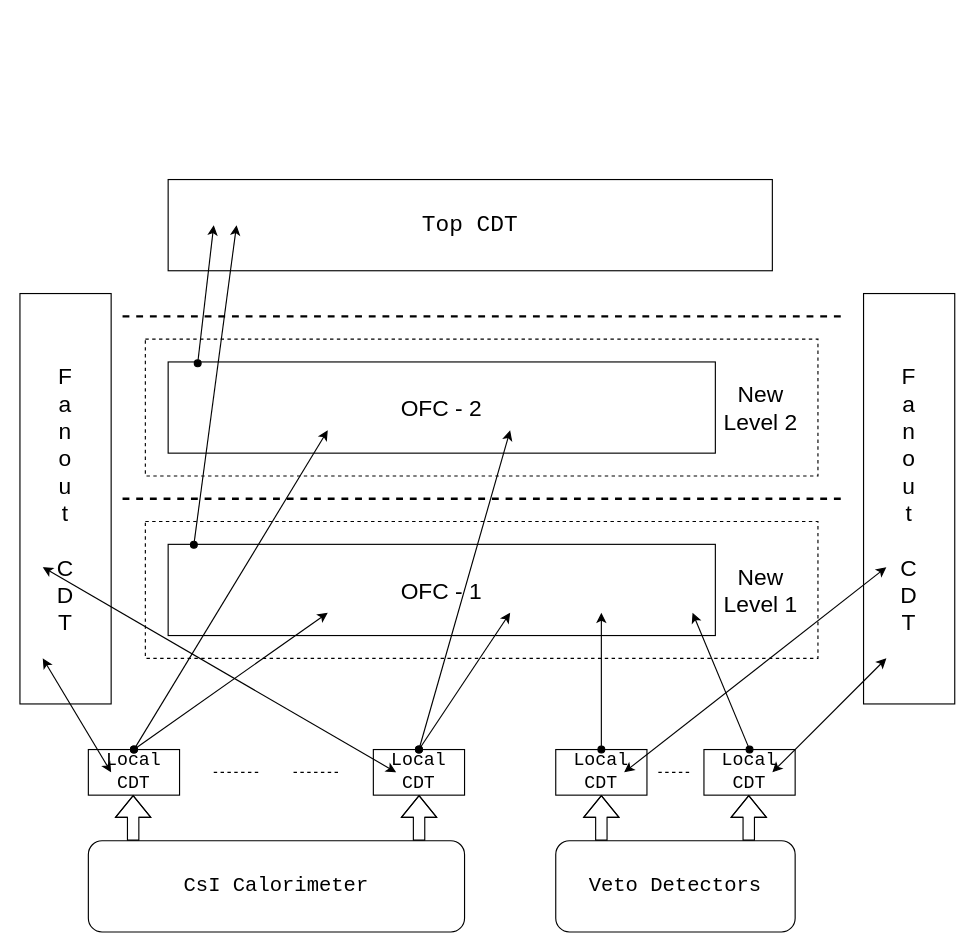
This is DAQ_Trigger_System_View_Diagram.drawio from bai-ytluo/Chicago_Electronics, a draw.io file, before an edit. Source tidied: cells renumbered, new cells numbered last; positions are measured from the earlier drawing's top-left corner, leaving out a move shared by most shapes. Both pictures are drawn from the tidied source at 114%, with x=0, y=0 at pixel (19, 179).
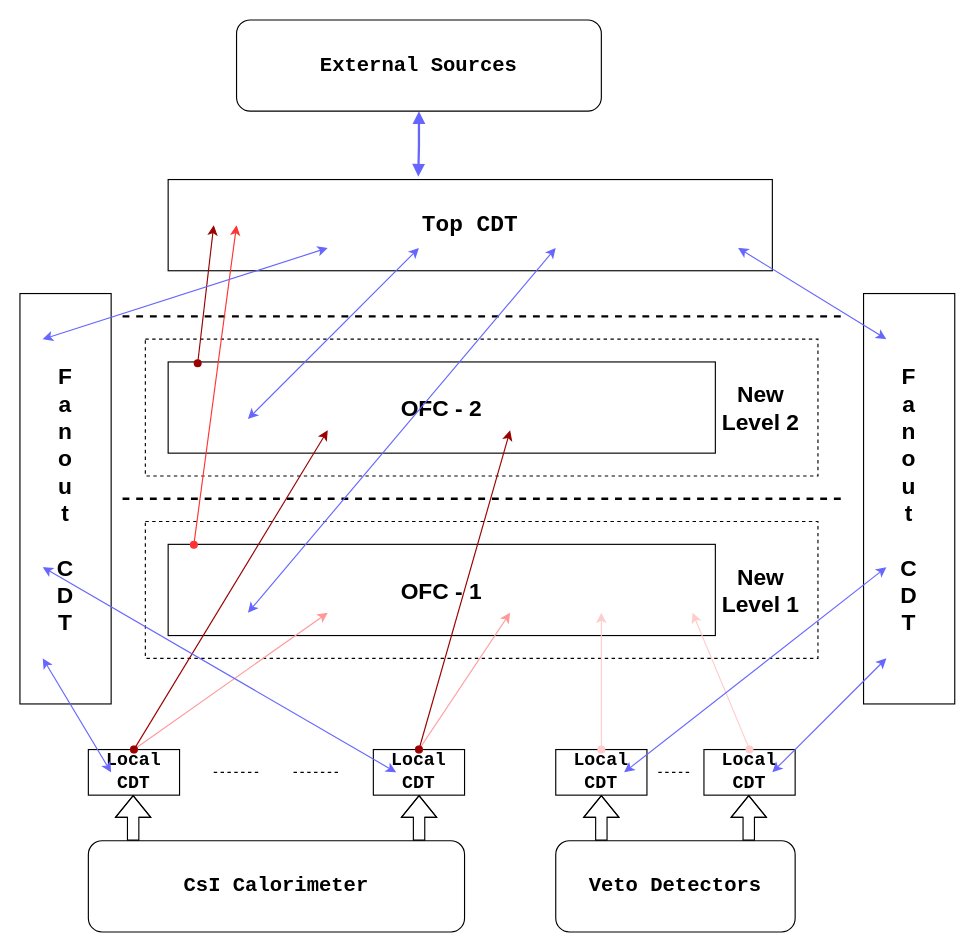
The same page after the edit.

What changed in the source:
```diff
@@
-    <mxCell id="2" style="rounded=0;whiteSpace=wrap;html=1;fillColor=none;dashed=1;" parent="1" vertex="1">
+    <mxCell id="2" style="rounded=0;whiteSpace=wrap;html=1;fillColor=none;dashed=1;fontStyle=1;" parent="1" vertex="1">
       <mxGeometry x="110" y="300" width="590" height="120" as="geometry" />
     </mxCell>
-    <mxCell id="3" style="rounded=0;whiteSpace=wrap;html=1;fillColor=none;dashed=1;" parent="1" vertex="1">
+    <mxCell id="3" style="rounded=0;whiteSpace=wrap;html=1;fillColor=none;dashed=1;fontStyle=1;" parent="1" vertex="1">
       <mxGeometry x="110" y="140" width="590" height="120" as="geometry" />
     </mxCell>
-    <mxCell id="4" value="&lt;p style=&quot;font-size: 20px&quot;&gt;OFC - 1&lt;/p&gt;" style="rounded=0;whiteSpace=wrap;html=1;" parent="1" vertex="1">
+    <mxCell id="4" value="&lt;p style=&quot;font-size: 20px&quot;&gt;OFC - 1&lt;/p&gt;" style="rounded=0;whiteSpace=wrap;html=1;fontStyle=1;" parent="1" vertex="1">
       <mxGeometry x="130" y="320" width="480" height="80" as="geometry" />
     </mxCell>
-    <mxCell id="5" value="&lt;pre style=&quot;font-size: 20px&quot;&gt;Top CDT&lt;/pre&gt;" style="rounded=0;whiteSpace=wrap;html=1;" parent="1" vertex="1">
+    <mxCell id="5" value="&lt;pre style=&quot;font-size: 20px&quot;&gt;Top CDT&lt;/pre&gt;" style="rounded=0;whiteSpace=wrap;html=1;fontStyle=1;" parent="1" vertex="1">
       <mxGeometry x="130" width="530" height="80" as="geometry" />
     </mxCell>
-    <mxCell id="6" style="edgeStyle=orthogonalEdgeStyle;rounded=0;orthogonalLoop=1;jettySize=auto;html=1;exitX=0.5;exitY=1;exitDx=0;exitDy=0;" parent="1" edge="1" source="5" target="5">
+    <mxCell id="6" style="edgeStyle=orthogonalEdgeStyle;rounded=0;orthogonalLoop=1;jettySize=auto;html=1;exitX=0.5;exitY=1;exitDx=0;exitDy=0;fontStyle=1;" parent="1" edge="1" source="5" target="5">
       <mxGeometry relative="1" as="geometry" />
     </mxCell>
-    <mxCell id="7" value="&lt;pre style=&quot;font-size: 16px&quot;&gt;Local&lt;br&gt;CDT&lt;/pre&gt;" style="rounded=0;whiteSpace=wrap;html=1;" parent="1" vertex="1">
+    <mxCell id="7" value="&lt;pre style=&quot;font-size: 16px&quot;&gt;Local&lt;br&gt;CDT&lt;/pre&gt;" style="rounded=0;whiteSpace=wrap;html=1;fontStyle=1;" parent="1" vertex="1">
       <mxGeometry x="60" y="500" width="80" height="40" as="geometry" />
     </mxCell>
-    <mxCell id="8" value="&lt;pre style=&quot;font-size: 16px&quot;&gt;Local&lt;br&gt;CDT&lt;/pre&gt;" style="rounded=0;whiteSpace=wrap;html=1;" parent="1" vertex="1">
+    <mxCell id="8" value="&lt;pre style=&quot;font-size: 16px&quot;&gt;Local&lt;br&gt;CDT&lt;/pre&gt;" style="rounded=0;whiteSpace=wrap;html=1;fontStyle=1;" parent="1" vertex="1">
       <mxGeometry x="310" y="500" width="80" height="40" as="geometry" />
     </mxCell>
-    <mxCell id="9" value="&lt;pre style=&quot;font-size: 16px&quot;&gt;Local&lt;br&gt;CDT&lt;/pre&gt;" style="rounded=0;whiteSpace=wrap;html=1;" parent="1" vertex="1">
+    <mxCell id="9" value="&lt;pre style=&quot;font-size: 16px&quot;&gt;Local&lt;br&gt;CDT&lt;/pre&gt;" style="rounded=0;whiteSpace=wrap;html=1;fontStyle=1;" parent="1" vertex="1">
       <mxGeometry x="470" y="500" width="80" height="40" as="geometry" />
     </mxCell>
-    <mxCell id="10" value="&lt;pre style=&quot;font-size: 16px&quot;&gt;Local&lt;br&gt;CDT&lt;/pre&gt;" style="rounded=0;whiteSpace=wrap;html=1;" parent="1" vertex="1">
+    <mxCell id="10" value="&lt;pre style=&quot;font-size: 16px&quot;&gt;Local&lt;br&gt;CDT&lt;/pre&gt;" style="rounded=0;whiteSpace=wrap;html=1;fontStyle=1;" parent="1" vertex="1">
       <mxGeometry x="600" y="500" width="80" height="40" as="geometry" />
     </mxCell>
-    <mxCell id="11" style="endArrow=none;dashed=1;html=1;" parent="1" edge="1">
+    <mxCell id="11" style="endArrow=none;dashed=1;html=1;fontStyle=1;" parent="1" edge="1">
       <mxGeometry relative="1" as="geometry">
         <mxPoint x="560" y="520" as="sourcePoint" />
         <mxPoint x="590" y="520" as="targetPoint" />
       </mxGeometry>
     </mxCell>
-    <mxCell id="12" value="&lt;pre style=&quot;font-size: 18px&quot;&gt;&lt;font style=&quot;font-size: 18px&quot;&gt;CsI &lt;/font&gt;Calorimeter&lt;/pre&gt;" style="rounded=1;whiteSpace=wrap;html=1;" parent="1" vertex="1">
+    <mxCell id="12" value="&lt;pre style=&quot;font-size: 18px&quot;&gt;&lt;font style=&quot;font-size: 18px&quot;&gt;CsI &lt;/font&gt;Calorimeter&lt;/pre&gt;" style="rounded=1;whiteSpace=wrap;html=1;fontStyle=1;" parent="1" vertex="1">
       <mxGeometry x="60" y="580" width="330" height="80" as="geometry" />
     </mxCell>
-    <mxCell id="13" value="&lt;pre style=&quot;font-size: 18px&quot;&gt;&lt;font style=&quot;font-size: 18px&quot;&gt;Veto &lt;/font&gt;Detectors&lt;/pre&gt;" style="rounded=1;whiteSpace=wrap;html=1;" parent="1" vertex="1">
+    <mxCell id="13" value="&lt;pre style=&quot;font-size: 18px&quot;&gt;&lt;font style=&quot;font-size: 18px&quot;&gt;Veto &lt;/font&gt;Detectors&lt;/pre&gt;" style="rounded=1;whiteSpace=wrap;html=1;fontStyle=1;" parent="1" vertex="1">
       <mxGeometry x="470" y="580" width="210" height="80" as="geometry" />
     </mxCell>
-    <mxCell id="14" style="endArrow=none;dashed=1;html=1;strokeWidth=2;" parent="1" edge="1">
+    <mxCell id="14" style="endArrow=none;dashed=1;html=1;strokeWidth=2;fontStyle=1;" parent="1" edge="1">
       <mxGeometry relative="1" as="geometry">
         <mxPoint x="720" y="280" as="sourcePoint" />
         <mxPoint x="90" y="280" as="targetPoint" />
       </mxGeometry>
     </mxCell>
-    <mxCell id="15" style="endArrow=classic;html=1;exitX=0.5;exitY=0;exitDx=0;exitDy=0;startArrow=oval;startFill=1;" parent="1" edge="1" source="9">
+    <mxCell id="15" style="endArrow=classic;html=1;exitX=0.5;exitY=0;exitDx=0;exitDy=0;startArrow=oval;startFill=1;strokeColor=#FFCCCC;fontStyle=1;" parent="1" edge="1" source="9">
       <mxGeometry relative="1" as="geometry">
         <mxPoint x="510" y="380" as="targetPoint" />
       </mxGeometry>
     </mxCell>
-    <mxCell id="16" style="endArrow=classic;html=1;exitX=0.5;exitY=0;exitDx=0;exitDy=0;startArrow=oval;startFill=1;" parent="1" edge="1" source="10">
+    <mxCell id="16" style="endArrow=classic;html=1;exitX=0.5;exitY=0;exitDx=0;exitDy=0;startArrow=oval;startFill=1;strokeColor=#FFCCCC;fontStyle=1;" parent="1" edge="1" source="10">
       <mxGeometry relative="1" as="geometry">
         <mxPoint x="590" y="380" as="targetPoint" />
       </mxGeometry>
     </mxCell>
-    <mxCell id="17" style="endArrow=classic;html=1;exitX=0.5;exitY=0;exitDx=0;exitDy=0;startArrow=oval;startFill=1;" parent="1" edge="1" source="7">
+    <mxCell id="17" style="endArrow=classic;html=1;exitX=0.5;exitY=0;exitDx=0;exitDy=0;startArrow=oval;startFill=1;strokeColor=#FF9999;fontStyle=1;" parent="1" edge="1" source="7">
       <mxGeometry relative="1" as="geometry">
         <mxPoint x="270" y="380" as="targetPoint" />
       </mxGeometry>
     </mxCell>
-    <mxCell id="18" style="endArrow=classic;html=1;exitX=0.5;exitY=0;exitDx=0;exitDy=0;startArrow=oval;startFill=1;" parent="1" edge="1" source="8">
+    <mxCell id="18" style="endArrow=classic;html=1;exitX=0.5;exitY=0;exitDx=0;exitDy=0;startArrow=oval;startFill=1;strokeColor=#FF9999;fontStyle=1;" parent="1" edge="1" source="8">
       <mxGeometry relative="1" as="geometry">
         <mxPoint x="430" y="380" as="targetPoint" />
       </mxGeometry>
     </mxCell>
-    <mxCell id="19" value="&lt;font style=&quot;font-size: 20px&quot;&gt;New Level 1&lt;/font&gt;" style="text;html=1;strokeColor=none;fillColor=none;align=center;verticalAlign=middle;whiteSpace=wrap;rounded=0;" parent="1" vertex="1">
+    <mxCell id="19" value="&lt;font style=&quot;font-size: 20px&quot;&gt;New Level 1&lt;/font&gt;" style="text;html=1;strokeColor=none;fillColor=none;align=center;verticalAlign=middle;whiteSpace=wrap;rounded=0;fontStyle=1;" parent="1" vertex="1">
       <mxGeometry x="610" y="340" width="80" height="40" as="geometry" />
     </mxCell>
-    <mxCell id="20" style="endArrow=none;dashed=1;html=1;" parent="1" edge="1">
+    <mxCell id="20" style="endArrow=none;dashed=1;html=1;fontStyle=1;" parent="1" edge="1">
       <mxGeometry relative="1" as="geometry">
         <mxPoint x="240" y="520" as="sourcePoint" />
         <mxPoint x="280" y="520" as="targetPoint" />
       </mxGeometry>
     </mxCell>
-    <mxCell id="21" style="endArrow=none;dashed=1;html=1;" parent="1" edge="1">
+    <mxCell id="21" style="endArrow=none;dashed=1;html=1;fontStyle=1;" parent="1" edge="1">
       <mxGeometry relative="1" as="geometry">
         <mxPoint x="170" y="520" as="sourcePoint" />
         <mxPoint x="210" y="520" as="targetPoint" />
       </mxGeometry>
     </mxCell>
-    <mxCell id="22" style="edgeStyle=orthogonalEdgeStyle;rounded=0;orthogonalLoop=1;jettySize=auto;html=1;exitX=0.5;exitY=1;exitDx=0;exitDy=0;startArrow=block;startFill=1;endArrow=none;endFill=0;shape=flexArrow;" parent="1" edge="1">
+    <mxCell id="22" style="edgeStyle=orthogonalEdgeStyle;rounded=0;orthogonalLoop=1;jettySize=auto;html=1;exitX=0.5;exitY=1;exitDx=0;exitDy=0;startArrow=block;startFill=1;endArrow=none;endFill=0;shape=flexArrow;fontStyle=1;" parent="1" edge="1">
       <mxGeometry relative="1" as="geometry">
         <mxPoint x="99.3" y="540" as="sourcePoint" />
         <mxPoint x="99.3" y="580" as="targetPoint" />
         <Array as="points">
           <mxPoint x="99.3" y="560" />
           <mxPoint x="99.3" y="560" />
         </Array>
       </mxGeometry>
     </mxCell>
-    <mxCell id="23" style="edgeStyle=orthogonalEdgeStyle;rounded=0;orthogonalLoop=1;jettySize=auto;html=1;exitX=0.5;exitY=1;exitDx=0;exitDy=0;startArrow=block;startFill=1;endArrow=none;endFill=0;shape=flexArrow;" parent="1" edge="1">
+    <mxCell id="23" style="edgeStyle=orthogonalEdgeStyle;rounded=0;orthogonalLoop=1;jettySize=auto;html=1;exitX=0.5;exitY=1;exitDx=0;exitDy=0;startArrow=block;startFill=1;endArrow=none;endFill=0;shape=flexArrow;fontStyle=1;" parent="1" edge="1">
       <mxGeometry relative="1" as="geometry">
         <mxPoint x="350.1" y="540" as="sourcePoint" />
         <mxPoint x="350.1" y="580" as="targetPoint" />
         <Array as="points">
           <mxPoint x="350.1" y="560" />
           <mxPoint x="350.1" y="560" />
         </Array>
       </mxGeometry>
     </mxCell>
-    <mxCell id="24" style="edgeStyle=orthogonalEdgeStyle;rounded=0;orthogonalLoop=1;jettySize=auto;html=1;exitX=0.5;exitY=1;exitDx=0;exitDy=0;startArrow=block;startFill=1;endArrow=none;endFill=0;shape=flexArrow;" parent="1" edge="1">
+    <mxCell id="24" style="edgeStyle=orthogonalEdgeStyle;rounded=0;orthogonalLoop=1;jettySize=auto;html=1;exitX=0.5;exitY=1;exitDx=0;exitDy=0;startArrow=block;startFill=1;endArrow=none;endFill=0;shape=flexArrow;fontStyle=1;" parent="1" edge="1">
       <mxGeometry relative="1" as="geometry">
         <mxPoint x="510" y="540" as="sourcePoint" />
         <mxPoint x="510" y="580" as="targetPoint" />
         <Array as="points">
           <mxPoint x="510" y="560" />
           <mxPoint x="510" y="560" />
         </Array>
       </mxGeometry>
     </mxCell>
-    <mxCell id="25" style="edgeStyle=orthogonalEdgeStyle;rounded=0;orthogonalLoop=1;jettySize=auto;html=1;exitX=0.5;exitY=1;exitDx=0;exitDy=0;startArrow=block;startFill=1;endArrow=none;endFill=0;shape=flexArrow;" parent="1" edge="1">
+    <mxCell id="25" style="edgeStyle=orthogonalEdgeStyle;rounded=0;orthogonalLoop=1;jettySize=auto;html=1;exitX=0.5;exitY=1;exitDx=0;exitDy=0;startArrow=block;startFill=1;endArrow=none;endFill=0;shape=flexArrow;fontStyle=1;" parent="1" edge="1">
       <mxGeometry relative="1" as="geometry">
         <mxPoint x="639.3" y="540" as="sourcePoint" />
         <mxPoint x="639.3" y="580" as="targetPoint" />
         <Array as="points">
           <mxPoint x="639.3" y="560" />
           <mxPoint x="639.3" y="560" />
         </Array>
       </mxGeometry>
     </mxCell>
-    <mxCell id="26" value="&lt;p style=&quot;font-size: 20px&quot;&gt;OFC - 2&lt;/p&gt;" style="rounded=0;whiteSpace=wrap;html=1;" parent="1" vertex="1">
+    <mxCell id="26" value="&lt;p style=&quot;font-size: 20px&quot;&gt;OFC - 2&lt;/p&gt;" style="rounded=0;whiteSpace=wrap;html=1;fontStyle=1;" parent="1" vertex="1">
       <mxGeometry x="130" y="160" width="480" height="80" as="geometry" />
     </mxCell>
-    <mxCell id="27" style="endArrow=none;dashed=1;html=1;strokeWidth=2;" parent="1" edge="1">
+    <mxCell id="27" style="endArrow=none;dashed=1;html=1;strokeWidth=2;fontStyle=1;" parent="1" edge="1">
       <mxGeometry relative="1" as="geometry">
         <mxPoint x="720" y="120" as="sourcePoint" />
         <mxPoint x="90" y="120" as="targetPoint" />
       </mxGeometry>
     </mxCell>
-    <mxCell id="28" value="&lt;font style=&quot;font-size: 20px&quot;&gt;New Level 2&lt;/font&gt;" style="text;html=1;strokeColor=none;fillColor=none;align=center;verticalAlign=middle;whiteSpace=wrap;rounded=0;" parent="1" vertex="1">
+    <mxCell id="28" value="&lt;font style=&quot;font-size: 20px&quot;&gt;New Level 2&lt;/font&gt;" style="text;html=1;strokeColor=none;fillColor=none;align=center;verticalAlign=middle;whiteSpace=wrap;rounded=0;fontStyle=1;" parent="1" vertex="1">
       <mxGeometry x="610" y="180" width="80" height="40" as="geometry" />
     </mxCell>
-    <mxCell id="29" style="endArrow=classic;html=1;exitX=0.5;exitY=0;exitDx=0;exitDy=0;startArrow=oval;startFill=1;" parent="1" edge="1" source="8">
+    <mxCell id="29" style="endArrow=classic;html=1;exitX=0.5;exitY=0;exitDx=0;exitDy=0;startArrow=oval;startFill=1;strokeColor=#990000;fontStyle=1;" parent="1" edge="1" source="8">
       <mxGeometry relative="1" as="geometry">
         <mxPoint x="430" y="220" as="targetPoint" />
       </mxGeometry>
     </mxCell>
-    <mxCell id="30" style="endArrow=classic;html=1;exitX=0.5;exitY=0;exitDx=0;exitDy=0;startArrow=oval;startFill=1;" parent="1" edge="1" source="7">
+    <mxCell id="30" style="endArrow=classic;html=1;exitX=0.5;exitY=0;exitDx=0;exitDy=0;startArrow=oval;startFill=1;strokeColor=#990000;fontStyle=1;" parent="1" edge="1" source="7">
       <mxGeometry relative="1" as="geometry">
         <mxPoint x="270" y="220" as="targetPoint" />
       </mxGeometry>
     </mxCell>
-    <mxCell id="31" value="&lt;font style=&quot;font-size: 20px&quot;&gt;F&lt;br&gt;a&lt;br&gt;n&lt;br&gt;o&lt;br&gt;u&lt;br&gt;t&lt;br&gt;&lt;br&gt;C&lt;br&gt;D&lt;br&gt;T&lt;/font&gt;" style="rounded=0;whiteSpace=wrap;html=1;" parent="1" vertex="1">
+    <mxCell id="31" value="&lt;font style=&quot;font-size: 20px&quot;&gt;F&lt;br&gt;a&lt;br&gt;n&lt;br&gt;o&lt;br&gt;u&lt;br&gt;t&lt;br&gt;&lt;br&gt;C&lt;br&gt;D&lt;br&gt;T&lt;/font&gt;" style="rounded=0;whiteSpace=wrap;html=1;fontStyle=1;" parent="1" vertex="1">
       <mxGeometry y="100" width="80" height="360" as="geometry" />
     </mxCell>
-    <mxCell id="32" value="&lt;font style=&quot;font-size: 20px&quot;&gt;F&lt;br&gt;a&lt;br&gt;n&lt;br&gt;o&lt;br&gt;u&lt;br&gt;t&lt;br&gt;&lt;br&gt;C&lt;br&gt;D&lt;br&gt;T&lt;/font&gt;" style="rounded=0;whiteSpace=wrap;html=1;" parent="1" vertex="1">
+    <mxCell id="32" value="&lt;font style=&quot;font-size: 20px&quot;&gt;F&lt;br&gt;a&lt;br&gt;n&lt;br&gt;o&lt;br&gt;u&lt;br&gt;t&lt;br&gt;&lt;br&gt;C&lt;br&gt;D&lt;br&gt;T&lt;/font&gt;" style="rounded=0;whiteSpace=wrap;html=1;fontStyle=1;" parent="1" vertex="1">
       <mxGeometry x="740" y="100" width="80" height="360" as="geometry" />
     </mxCell>
-    <mxCell id="33" style="endArrow=classic;html=1;startArrow=classic;startFill=1;" parent="1" edge="1">
+    <mxCell id="33" style="endArrow=classic;html=1;startArrow=classic;startFill=1;strokeColor=#6666FF;fontStyle=1;" parent="1" edge="1">
       <mxGeometry relative="1" as="geometry">
         <mxPoint x="20" y="420" as="sourcePoint" />
         <mxPoint x="80" y="520" as="targetPoint" />
       </mxGeometry>
     </mxCell>
-    <mxCell id="34" style="endArrow=classic;html=1;startArrow=classic;startFill=1;" parent="1" edge="1">
+    <mxCell id="34" style="endArrow=classic;html=1;startArrow=classic;startFill=1;strokeColor=#6666FF;fontStyle=1;" parent="1" edge="1">
       <mxGeometry relative="1" as="geometry">
         <mxPoint x="20" y="340" as="sourcePoint" />
         <mxPoint x="330" y="520" as="targetPoint" />
       </mxGeometry>
     </mxCell>
-    <mxCell id="35" style="endArrow=classic;html=1;startArrow=classic;startFill=1;fontStyle=1;" parent="1" edge="1">
+    <mxCell id="35" style="endArrow=classic;html=1;startArrow=classic;startFill=1;fontStyle=1;strokeColor=#6666FF;" parent="1" edge="1">
       <mxGeometry relative="1" as="geometry">
         <mxPoint x="760" y="340" as="sourcePoint" />
         <mxPoint x="530" y="520" as="targetPoint" />
       </mxGeometry>
     </mxCell>
-    <mxCell id="36" style="endArrow=classic;html=1;startArrow=classic;startFill=1;" parent="1" edge="1">
+    <mxCell id="36" style="endArrow=classic;html=1;startArrow=classic;startFill=1;strokeColor=#6666FF;fontStyle=1;" parent="1" edge="1">
       <mxGeometry relative="1" as="geometry">
         <mxPoint x="760" y="420" as="sourcePoint" />
         <mxPoint x="660" y="520" as="targetPoint" />
       </mxGeometry>
     </mxCell>
-    <mxCell id="37" style="endArrow=classic;html=1;exitX=0.054;exitY=0.015;exitDx=0;exitDy=0;exitPerimeter=0;startArrow=oval;startFill=1;" parent="1" edge="1" source="26">
+    <mxCell id="37" style="endArrow=classic;html=1;exitX=0.054;exitY=0.015;exitDx=0;exitDy=0;exitPerimeter=0;startArrow=oval;startFill=1;strokeColor=#990000;fontStyle=1;" parent="1" edge="1" source="26">
       <mxGeometry relative="1" as="geometry">
         <mxPoint x="170" y="40" as="targetPoint" />
       </mxGeometry>
     </mxCell>
-    <mxCell id="38" style="endArrow=classic;html=1;exitX=0.047;exitY=0.004;exitDx=0;exitDy=0;exitPerimeter=0;startArrow=oval;startFill=1;" parent="1" edge="1" source="4">
+    <mxCell id="38" style="endArrow=classic;html=1;exitX=0.047;exitY=0.004;exitDx=0;exitDy=0;exitPerimeter=0;startArrow=oval;startFill=1;strokeColor=#FF3333;fontStyle=1;" parent="1" edge="1" source="4">
       <mxGeometry relative="1" as="geometry">
         <mxPoint x="190" y="40" as="targetPoint" />
       </mxGeometry>
     </mxCell>
+    <mxCell id="39" style="endArrow=classic;html=1;startArrow=classic;startFill=1;strokeColor=#6666FF;fontStyle=1;" parent="1" edge="1">
+      <mxGeometry relative="1" as="geometry">
+        <mxPoint x="20" y="140" as="sourcePoint" />
+        <mxPoint x="270" y="60" as="targetPoint" />
+      </mxGeometry>
+    </mxCell>
+    <mxCell id="40" style="endArrow=classic;html=1;startArrow=classic;startFill=1;strokeColor=#6666FF;fontStyle=1;" parent="1" edge="1">
+      <mxGeometry relative="1" as="geometry">
+        <mxPoint x="760" y="140" as="sourcePoint" />
+        <mxPoint x="630" y="60" as="targetPoint" />
+      </mxGeometry>
+    </mxCell>
+    <mxCell id="41" style="endArrow=classic;html=1;startArrow=classic;startFill=1;strokeColor=#6666FF;fontStyle=1;" parent="1" edge="1">
+      <mxGeometry relative="1" as="geometry">
+        <mxPoint x="200" y="210" as="sourcePoint" />
+        <mxPoint x="350" y="60" as="targetPoint" />
+      </mxGeometry>
+    </mxCell>
+    <mxCell id="42" style="endArrow=classic;html=1;startArrow=classic;startFill=1;strokeColor=#6666FF;fontStyle=1;" parent="1" edge="1">
+      <mxGeometry relative="1" as="geometry">
+        <mxPoint x="200" y="380" as="sourcePoint" />
+        <mxPoint x="470" y="60" as="targetPoint" />
+      </mxGeometry>
+    </mxCell>
+    <mxCell id="43" style="edgeStyle=orthogonalEdgeStyle;rounded=0;jettySize=auto;html=1;startArrow=block;startFill=1;endArrow=block;strokeWidth=2;entryX=0.414;entryY=-0.032;entryDx=0;entryDy=0;entryPerimeter=0;strokeColor=#6666FF;fontStyle=1;" parent="1" edge="1" source="44" target="5">
+      <mxGeometry relative="1" as="geometry" />
+    </mxCell>
+    <mxCell id="44" value="&lt;pre style=&quot;font-size: 18px&quot;&gt;External Sources&lt;/pre&gt;" style="rounded=1;whiteSpace=wrap;html=1;fontStyle=1;" parent="1" vertex="1">
+      <mxGeometry x="190" y="-140" width="320" height="80" as="geometry" />
+    </mxCell>
```
